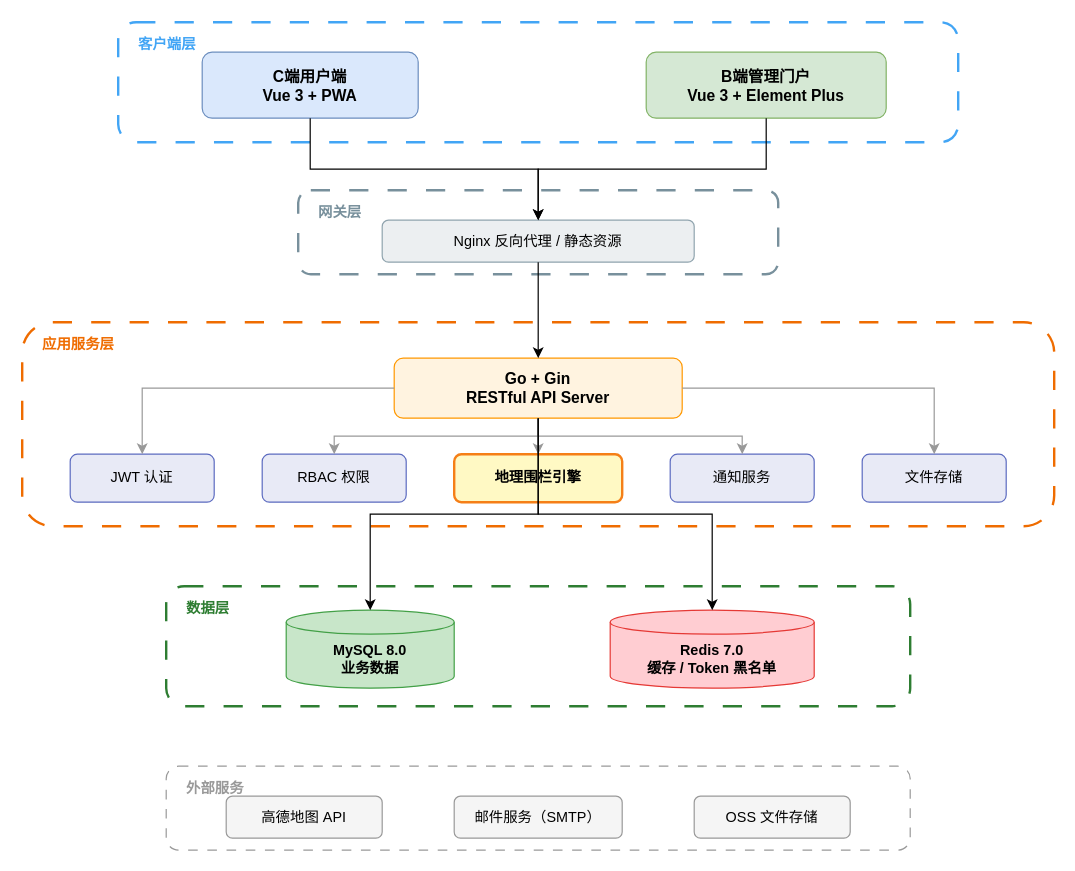
This is paper/附件/diagrams/fig4-1-architecture.drawio from julesChu12/scare, a draw.io file, before an edit. Source tidied: cells renumbered, new cells numbered last; positions are measured from the earlier drawing's top-left corner, leaving out a move shared by most shapes. Both pictures are drawn from the tidied source at 120%, with x=0, y=0 at pixel (22, 22).
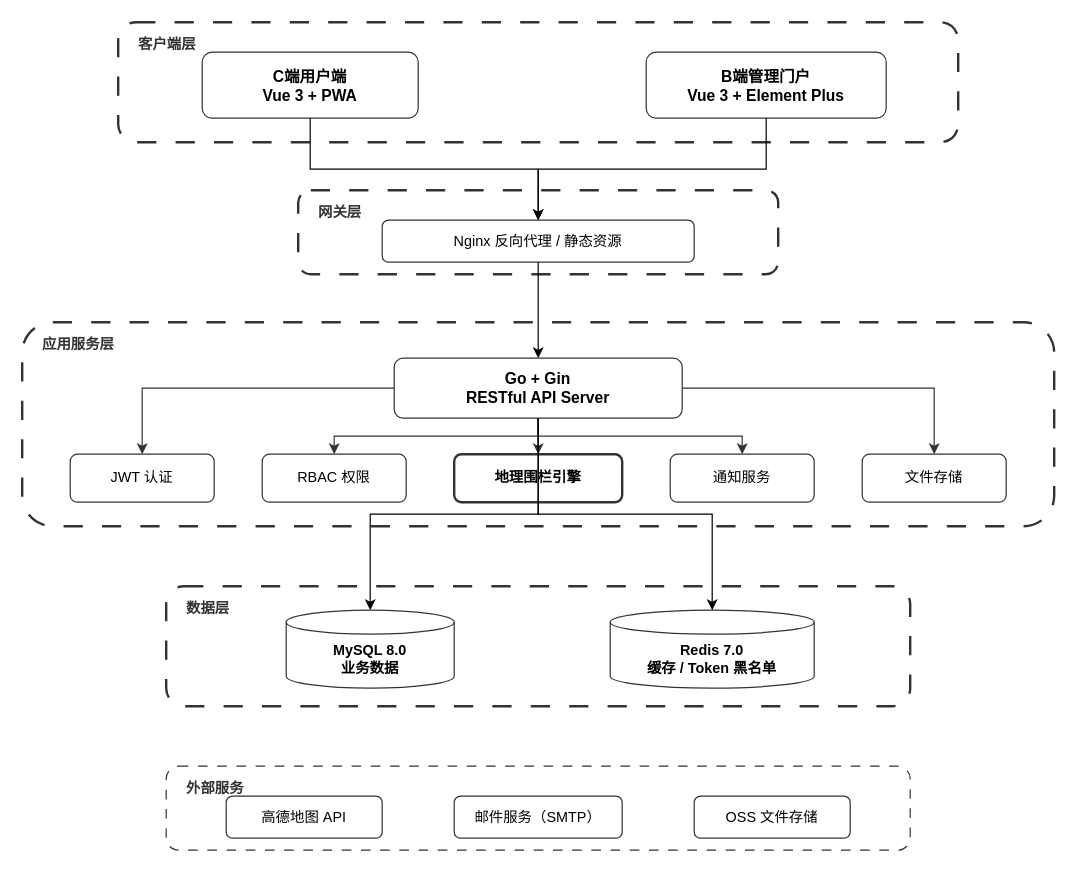
Above is the later version.

Change to the diagram source:
```diff
@@
-    <mxCell id="2" style="rounded=1;whiteSpace=wrap;html=1;fillColor=none;strokeColor=#42a5f5;strokeWidth=2;dashed=1;dashPattern=8 8;" parent="1" vertex="1">
+    <mxCell id="2" style="rounded=1;whiteSpace=wrap;html=1;fillColor=none;strokeColor=#333333;strokeWidth=2;dashed=1;dashPattern=8 8;" parent="1" vertex="1">
       <mxGeometry x="80" width="700" height="100" as="geometry" />
     </mxCell>
-    <mxCell id="3" value="客户端层" style="text;html=1;align=left;fontSize=12;fontStyle=1;fontColor=#42a5f5;" parent="1" vertex="1">
+    <mxCell id="3" value="客户端层" style="text;html=1;align=left;fontSize=12;fontStyle=1;fontColor=#333333;" parent="1" vertex="1">
       <mxGeometry x="95" y="5" width="80" height="20" as="geometry" />
     </mxCell>
-    <mxCell id="4" value="C端用户端&#10;Vue 3 + PWA" style="rounded=1;whiteSpace=wrap;html=1;fillColor=#dae8fc;strokeColor=#6c8ebf;fontSize=13;fontStyle=1;" parent="1" vertex="1">
+    <mxCell id="4" value="C端用户端&#10;Vue 3 + PWA" style="rounded=1;whiteSpace=wrap;html=1;fillColor=#ffffff;strokeColor=#333333;fontSize=13;fontStyle=1;" parent="1" vertex="1">
       <mxGeometry x="150" y="25" width="180" height="55" as="geometry" />
     </mxCell>
-    <mxCell id="5" value="B端管理门户&#10;Vue 3 + Element Plus" style="rounded=1;whiteSpace=wrap;html=1;fillColor=#d5e8d4;strokeColor=#82b366;fontSize=13;fontStyle=1;" parent="1" vertex="1">
+    <mxCell id="5" value="B端管理门户&#10;Vue 3 + Element Plus" style="rounded=1;whiteSpace=wrap;html=1;fillColor=#ffffff;strokeColor=#333333;fontSize=13;fontStyle=1;" parent="1" vertex="1">
       <mxGeometry x="520" y="25" width="200" height="55" as="geometry" />
     </mxCell>
-    <mxCell id="6" style="rounded=1;whiteSpace=wrap;html=1;fillColor=none;strokeColor=#78909c;strokeWidth=2;dashed=1;dashPattern=8 8;" parent="1" vertex="1">
+    <mxCell id="6" style="rounded=1;whiteSpace=wrap;html=1;fillColor=none;strokeColor=#333333;strokeWidth=2;dashed=1;dashPattern=8 8;" parent="1" vertex="1">
       <mxGeometry x="230" y="140" width="400" height="70" as="geometry" />
     </mxCell>
-    <mxCell id="7" value="网关层" style="text;html=1;align=left;fontSize=12;fontStyle=1;fontColor=#78909c;" parent="1" vertex="1">
+    <mxCell id="7" value="网关层" style="text;html=1;align=left;fontSize=12;fontStyle=1;fontColor=#333333;" parent="1" vertex="1">
       <mxGeometry x="245" y="145" width="60" height="20" as="geometry" />
     </mxCell>
-    <mxCell id="8" value="Nginx 反向代理 / 静态资源" style="rounded=1;whiteSpace=wrap;html=1;fillColor=#eceff1;strokeColor=#90a4ae;fontSize=12;" parent="1" vertex="1">
+    <mxCell id="8" value="Nginx 反向代理 / 静态资源" style="rounded=1;whiteSpace=wrap;html=1;fillColor=#ffffff;strokeColor=#333333;fontSize=12;" parent="1" vertex="1">
       <mxGeometry x="300" y="165" width="260" height="35" as="geometry" />
     </mxCell>
@@
-    <mxCell id="11" style="rounded=1;whiteSpace=wrap;html=1;fillColor=none;strokeColor=#ef6c00;strokeWidth=2;dashed=1;dashPattern=8 8;" parent="1" vertex="1">
+    <mxCell id="11" style="rounded=1;whiteSpace=wrap;html=1;fillColor=none;strokeColor=#333333;strokeWidth=2;dashed=1;dashPattern=8 8;" parent="1" vertex="1">
       <mxGeometry y="250" width="860" height="170" as="geometry" />
     </mxCell>
-    <mxCell id="12" value="应用服务层" style="text;html=1;align=left;fontSize=12;fontStyle=1;fontColor=#ef6c00;" parent="1" vertex="1">
+    <mxCell id="12" value="应用服务层" style="text;html=1;align=left;fontSize=12;fontStyle=1;fontColor=#333333;" parent="1" vertex="1">
       <mxGeometry x="15" y="255" width="90" height="20" as="geometry" />
     </mxCell>
-    <mxCell id="13" value="Go + Gin&#10;RESTful API Server" style="rounded=1;whiteSpace=wrap;html=1;fillColor=#fff3e0;strokeColor=#ff9800;fontSize=13;fontStyle=1;" parent="1" vertex="1">
+    <mxCell id="13" value="Go + Gin&#10;RESTful API Server" style="rounded=1;whiteSpace=wrap;html=1;fillColor=#ffffff;strokeColor=#333333;fontSize=13;fontStyle=1;" parent="1" vertex="1">
       <mxGeometry x="310" y="280" width="240" height="50" as="geometry" />
     </mxCell>
@@
-    <mxCell id="15" value="JWT 认证" style="rounded=1;whiteSpace=wrap;html=1;fillColor=#e8eaf6;strokeColor=#5c6bc0;fontSize=12;" parent="1" vertex="1">
+    <mxCell id="15" value="JWT 认证" style="rounded=1;whiteSpace=wrap;html=1;fillColor=#ffffff;strokeColor=#333333;fontSize=12;" parent="1" vertex="1">
       <mxGeometry x="40" y="360" width="120" height="40" as="geometry" />
     </mxCell>
-    <mxCell id="16" value="RBAC 权限" style="rounded=1;whiteSpace=wrap;html=1;fillColor=#e8eaf6;strokeColor=#5c6bc0;fontSize=12;" parent="1" vertex="1">
+    <mxCell id="16" value="RBAC 权限" style="rounded=1;whiteSpace=wrap;html=1;fillColor=#ffffff;strokeColor=#333333;fontSize=12;" parent="1" vertex="1">
       <mxGeometry x="200" y="360" width="120" height="40" as="geometry" />
     </mxCell>
-    <mxCell id="17" value="地理围栏引擎" style="rounded=1;whiteSpace=wrap;html=1;fillColor=#fff9c4;strokeColor=#f57f17;fontSize=12;fontStyle=1;strokeWidth=2;" parent="1" vertex="1">
+    <mxCell id="17" value="地理围栏引擎" style="rounded=1;whiteSpace=wrap;html=1;fillColor=#ffffff;strokeColor=#333333;fontSize=12;fontStyle=1;strokeWidth=2;" parent="1" vertex="1">
       <mxGeometry x="360" y="360" width="140" height="40" as="geometry" />
     </mxCell>
-    <mxCell id="18" value="通知服务" style="rounded=1;whiteSpace=wrap;html=1;fillColor=#e8eaf6;strokeColor=#5c6bc0;fontSize=12;" parent="1" vertex="1">
+    <mxCell id="18" value="通知服务" style="rounded=1;whiteSpace=wrap;html=1;fillColor=#ffffff;strokeColor=#333333;fontSize=12;" parent="1" vertex="1">
       <mxGeometry x="540" y="360" width="120" height="40" as="geometry" />
     </mxCell>
-    <mxCell id="19" value="文件存储" style="rounded=1;whiteSpace=wrap;html=1;fillColor=#e8eaf6;strokeColor=#5c6bc0;fontSize=12;" parent="1" vertex="1">
+    <mxCell id="19" value="文件存储" style="rounded=1;whiteSpace=wrap;html=1;fillColor=#ffffff;strokeColor=#333333;fontSize=12;" parent="1" vertex="1">
       <mxGeometry x="700" y="360" width="120" height="40" as="geometry" />
     </mxCell>
-    <mxCell id="20" style="edgeStyle=orthogonalEdgeStyle;rounded=0;strokeColor=#999999;" parent="1" edge="1" source="13" target="15">
+    <mxCell id="20" style="edgeStyle=orthogonalEdgeStyle;rounded=0;strokeColor=#333333;" parent="1" edge="1" source="13" target="15">
       <mxGeometry relative="1" as="geometry" />
     </mxCell>
-    <mxCell id="21" style="edgeStyle=orthogonalEdgeStyle;rounded=0;strokeColor=#999999;" parent="1" edge="1" source="13" target="16">
+    <mxCell id="21" style="edgeStyle=orthogonalEdgeStyle;rounded=0;strokeColor=#333333;" parent="1" edge="1" source="13" target="16">
       <mxGeometry relative="1" as="geometry" />
     </mxCell>
-    <mxCell id="22" style="edgeStyle=orthogonalEdgeStyle;rounded=0;strokeColor=#999999;" parent="1" edge="1" source="13" target="17">
+    <mxCell id="22" style="edgeStyle=orthogonalEdgeStyle;rounded=0;strokeColor=#333333;" parent="1" edge="1" source="13" target="17">
       <mxGeometry relative="1" as="geometry" />
     </mxCell>
-    <mxCell id="23" style="edgeStyle=orthogonalEdgeStyle;rounded=0;strokeColor=#999999;" parent="1" edge="1" source="13" target="18">
+    <mxCell id="23" style="edgeStyle=orthogonalEdgeStyle;rounded=0;strokeColor=#333333;" parent="1" edge="1" source="13" target="18">
       <mxGeometry relative="1" as="geometry" />
     </mxCell>
-    <mxCell id="24" style="edgeStyle=orthogonalEdgeStyle;rounded=0;strokeColor=#999999;" parent="1" edge="1" source="13" target="19">
+    <mxCell id="24" style="edgeStyle=orthogonalEdgeStyle;rounded=0;strokeColor=#333333;" parent="1" edge="1" source="13" target="19">
       <mxGeometry relative="1" as="geometry" />
     </mxCell>
-    <mxCell id="25" style="rounded=1;whiteSpace=wrap;html=1;fillColor=none;strokeColor=#2e7d32;strokeWidth=2;dashed=1;dashPattern=8 8;" parent="1" vertex="1">
+    <mxCell id="25" style="rounded=1;whiteSpace=wrap;html=1;fillColor=none;strokeColor=#333333;strokeWidth=2;dashed=1;dashPattern=8 8;" parent="1" vertex="1">
       <mxGeometry x="120" y="470" width="620" height="100" as="geometry" />
     </mxCell>
-    <mxCell id="26" value="数据层" style="text;html=1;align=left;fontSize=12;fontStyle=1;fontColor=#2e7d32;" parent="1" vertex="1">
+    <mxCell id="26" value="数据层" style="text;html=1;align=left;fontSize=12;fontStyle=1;fontColor=#333333;" parent="1" vertex="1">
       <mxGeometry x="135" y="475" width="60" height="20" as="geometry" />
     </mxCell>
-    <mxCell id="27" value="MySQL 8.0&#10;业务数据" style="shape=cylinder3;whiteSpace=wrap;html=1;boundedLbl=1;backgroundOutline=1;size=10;fillColor=#c8e6c9;strokeColor=#43a047;fontSize=12;fontStyle=1;" parent="1" vertex="1">
+    <mxCell id="27" value="MySQL 8.0&#10;业务数据" style="shape=cylinder3;whiteSpace=wrap;html=1;boundedLbl=1;backgroundOutline=1;size=10;fillColor=#ffffff;strokeColor=#333333;fontSize=12;fontStyle=1;" parent="1" vertex="1">
       <mxGeometry x="220" y="490" width="140" height="65" as="geometry" />
     </mxCell>
-    <mxCell id="28" value="Redis 7.0&#10;缓存 / Token 黑名单" style="shape=cylinder3;whiteSpace=wrap;html=1;boundedLbl=1;backgroundOutline=1;size=10;fillColor=#ffcdd2;strokeColor=#e53935;fontSize=12;fontStyle=1;" parent="1" vertex="1">
+    <mxCell id="28" value="Redis 7.0&#10;缓存 / Token 黑名单" style="shape=cylinder3;whiteSpace=wrap;html=1;boundedLbl=1;backgroundOutline=1;size=10;fillColor=#ffffff;strokeColor=#333333;fontSize=12;fontStyle=1;" parent="1" vertex="1">
       <mxGeometry x="490" y="490" width="170" height="65" as="geometry" />
     </mxCell>
@@
-    <mxCell id="31" style="rounded=1;whiteSpace=wrap;html=1;fillColor=none;strokeColor=#999999;strokeWidth=1;dashed=1;dashPattern=8 8;" parent="1" vertex="1">
+    <mxCell id="31" style="rounded=1;whiteSpace=wrap;html=1;fillColor=none;strokeColor=#333333;strokeWidth=1;dashed=1;dashPattern=8 8;" parent="1" vertex="1">
       <mxGeometry x="120" y="620" width="620" height="70" as="geometry" />
     </mxCell>
-    <mxCell id="32" value="外部服务" style="text;html=1;align=left;fontSize=12;fontStyle=1;fontColor=#999999;" parent="1" vertex="1">
+    <mxCell id="32" value="外部服务" style="text;html=1;align=left;fontSize=12;fontStyle=1;fontColor=#333333;" parent="1" vertex="1">
       <mxGeometry x="135" y="625" width="60" height="20" as="geometry" />
     </mxCell>
-    <mxCell id="33" value="高德地图 API" style="rounded=1;whiteSpace=wrap;html=1;fillColor=#f5f5f5;strokeColor=#999999;fontSize=12;" parent="1" vertex="1">
+    <mxCell id="33" value="高德地图 API" style="rounded=1;whiteSpace=wrap;html=1;fillColor=#ffffff;strokeColor=#333333;fontSize=12;" parent="1" vertex="1">
       <mxGeometry x="170" y="645" width="130" height="35" as="geometry" />
     </mxCell>
-    <mxCell id="34" value="邮件服务（SMTP）" style="rounded=1;whiteSpace=wrap;html=1;fillColor=#f5f5f5;strokeColor=#999999;fontSize=12;" parent="1" vertex="1">
+    <mxCell id="34" value="邮件服务（SMTP）" style="rounded=1;whiteSpace=wrap;html=1;fillColor=#ffffff;strokeColor=#333333;fontSize=12;" parent="1" vertex="1">
       <mxGeometry x="360" y="645" width="140" height="35" as="geometry" />
     </mxCell>
-    <mxCell id="35" value="OSS 文件存储" style="rounded=1;whiteSpace=wrap;html=1;fillColor=#f5f5f5;strokeColor=#999999;fontSize=12;" parent="1" vertex="1">
+    <mxCell id="35" value="OSS 文件存储" style="rounded=1;whiteSpace=wrap;html=1;fillColor=#ffffff;strokeColor=#333333;fontSize=12;" parent="1" vertex="1">
       <mxGeometry x="560" y="645" width="130" height="35" as="geometry" />
     </mxCell>
```
